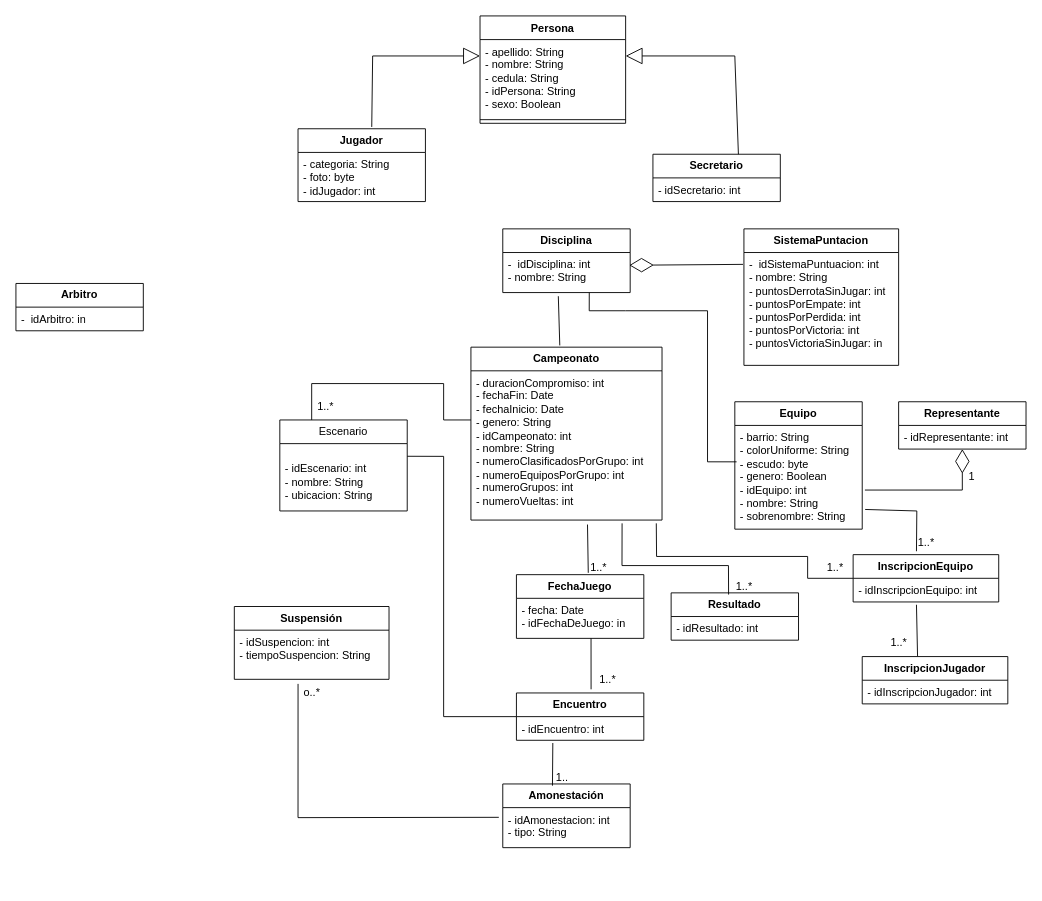
Nikooll/Deportes_POO keeps this draw.io diagram as Deportes_POO.drawio. Above is the earlier version. Source tidied: cells renumbered, new cells numbered last; positions are measured from the earlier drawing's top-left corner, leaving out a move shared by most shapes. Both pictures are drawn from the tidied source at 91%, with x=0, y=0 at pixel (15, 15).
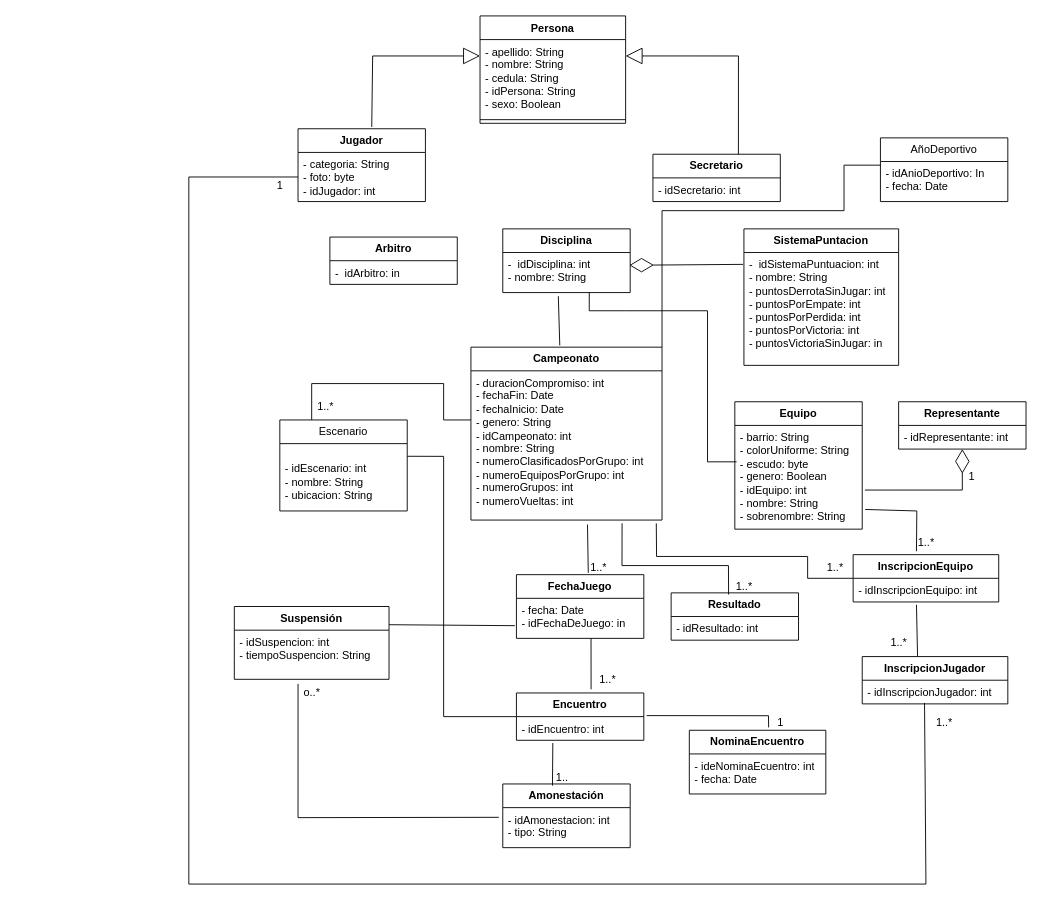
The same page after the edit.

The change refers to these unchanged cells:
```xml
<mxCell id="3" value="&lt;div&gt;- apellido: String&lt;/div&gt;&lt;div&gt;- nombre: String&lt;/div&gt;- cedula: String&lt;br&gt;- idPersona: String&lt;br&gt;- sexo: Boolean" style="text;strokeColor=none;fillColor=none;align=left;verticalAlign=top;spacingLeft=4;spacingRight=4;overflow=hidden;points=[[0,0.5],[1,0.5]];portConstraint=eastwest;whiteSpace=wrap;html=1;" parent="2" vertex="1">
  <mxGeometry y="26" width="160" height="84" as="geometry" />
</mxCell>
<mxCell id="9" value="- categoria: String&lt;br&gt;- foto: byte&lt;br&gt;- idJugador: int" style="text;strokeColor=none;fillColor=none;align=left;verticalAlign=top;spacingLeft=4;spacingRight=4;overflow=hidden;points=[[0,0.5],[1,0.5]];portConstraint=eastwest;whiteSpace=wrap;html=1;" parent="8" vertex="1">
  <mxGeometry y="26" width="140" height="54" as="geometry" />
</mxCell>
<mxCell id="10" value="&lt;b&gt;Secretario&lt;/b&gt;" style="swimlane;fontStyle=0;horizontal=1;startSize=26;fillColor=none;whiteSpace=wrap;html=1;" parent="1" vertex="1">
  <mxGeometry x="700" y="152" width="140" height="52" as="geometry" />
</mxCell>
<mxCell id="28" value="- fecha: Date&lt;b&gt;&lt;br&gt;&lt;/b&gt;- idFechaDeJuego: in" style="text;strokeColor=none;fillColor=none;align=left;verticalAlign=top;spacingLeft=4;spacingRight=4;overflow=hidden;points=[[0,0.5],[1,0.5]];portConstraint=eastwest;whiteSpace=wrap;html=1;" parent="27" vertex="1">
  <mxGeometry y="26" width="140" height="44" as="geometry" />
</mxCell>
<mxCell id="43" value="- idInscripcionJugador: int" style="text;strokeColor=none;fillColor=none;align=left;verticalAlign=top;spacingLeft=4;spacingRight=4;overflow=hidden;points=[[0,0.5],[1,0.5]];portConstraint=eastwest;whiteSpace=wrap;html=1;" parent="42" vertex="1">
  <mxGeometry y="26" width="160" height="26" as="geometry" />
</mxCell>
<mxCell id="47" value="- idEncuentro: int" style="text;strokeColor=none;fillColor=none;align=left;verticalAlign=top;spacingLeft=4;spacingRight=4;overflow=hidden;points=[[0,0.5],[1,0.5]];portConstraint=eastwest;whiteSpace=wrap;html=1;" parent="46" vertex="1">
  <mxGeometry y="26" width="140" height="26" as="geometry" />
</mxCell>
<mxCell id="59" value="&lt;b&gt;Suspensión&lt;/b&gt;" style="swimlane;fontStyle=0;horizontal=1;startSize=26;fillColor=none;whiteSpace=wrap;html=1;" parent="1" vertex="1">
  <mxGeometry x="240" y="649" width="170" height="80" as="geometry" />
</mxCell>
```

Change to the diagram source:
```diff
@@
     <mxCell id="6" value="&lt;b&gt;Arbitro&lt;/b&gt;" style="swimlane;fontStyle=0;horizontal=1;startSize=26;fillColor=none;whiteSpace=wrap;html=1;" parent="1" vertex="1">
-      <mxGeometry y="294" width="140" height="52" as="geometry" />
+      <mxGeometry x="345" y="243" width="140" height="52" as="geometry" />
     </mxCell>
@@
     <mxCell id="12" style="endArrow=block;endSize=16;endFill=0;html=1;rounded=0;exitX=0.671;exitY=0;exitDx=0;exitDy=0;exitPerimeter=0;entryX=1;entryY=0.214;entryDx=0;entryDy=0;entryPerimeter=0;" parent="1" edge="1" source="10" target="3">
       <mxGeometry relative="1" as="geometry">
         <Array as="points">
-          <mxPoint x="790" y="44" />
+          <mxPoint x="794" y="44" />
         </Array>
       </mxGeometry>
     </mxCell>
@@
+    <mxCell id="63" style="endArrow=none;html=1;rounded=0;exitX=1;exitY=0.25;exitDx=0;exitDy=0;entryX=-0.012;entryY=0.683;entryDx=0;entryDy=0;entryPerimeter=0;" parent="1" edge="1" source="59" target="28">
+      <mxGeometry relative="1" as="geometry" />
+    </mxCell>
+    <mxCell id="64" value="&lt;b&gt;NominaEncuentro&lt;/b&gt;" style="swimlane;fontStyle=0;horizontal=1;startSize=26;fillColor=none;whiteSpace=wrap;html=1;" parent="1" vertex="1">
+      <mxGeometry x="740" y="785" width="150" height="70" as="geometry" />
+    </mxCell>
+    <mxCell id="65" value="- ideNominaEcuentro: int&lt;br&gt;- fecha: Date " style="text;strokeColor=none;fillColor=none;align=left;verticalAlign=top;spacingLeft=4;spacingRight=4;overflow=hidden;whiteSpace=wrap;html=1;" parent="64" vertex="1">
+      <mxGeometry y="26" width="150" height="44" as="geometry" />
+    </mxCell>
+    <mxCell id="66" style="endArrow=none;html=1;rounded=0;exitX=1.022;exitY=-0.043;exitDx=0;exitDy=0;exitPerimeter=0;entryX=0.581;entryY=-0.045;entryDx=0;entryDy=0;entryPerimeter=0;" parent="1" edge="1" source="47" target="64">
+      <mxGeometry relative="1" as="geometry">
+        <Array as="points">
+          <mxPoint x="827" y="769" />
+        </Array>
+      </mxGeometry>
+    </mxCell>
+    <mxCell id="67" value="1" style="text;html=1;align=center;verticalAlign=middle;strokeColor=none;fillColor=none;" parent="1" vertex="1">
+      <mxGeometry x="825" y="762" width="30" height="30" as="geometry" />
+    </mxCell>
+    <mxCell id="68" value="AñoDeportivo" style="swimlane;fontStyle=0;horizontal=1;startSize=26;fillColor=none;whiteSpace=wrap;html=1;" parent="1" vertex="1">
+      <mxGeometry x="950" y="134" width="140" height="70" as="geometry" />
+    </mxCell>
+    <mxCell id="69" value="&lt;div&gt;- idAnioDeportivo: In&lt;/div&gt;&lt;div&gt;- fecha: Date&lt;b&gt;&lt;br&gt;&lt;/b&gt;&lt;/div&gt;" style="text;strokeColor=none;fillColor=none;align=left;verticalAlign=top;spacingLeft=4;spacingRight=4;overflow=hidden;points=[[0,0.5],[1,0.5]];portConstraint=eastwest;whiteSpace=wrap;html=1;" parent="68" vertex="1">
+      <mxGeometry y="26" width="140" height="44" as="geometry" />
+    </mxCell>
+    <mxCell id="70" style="endArrow=none;html=1;rounded=0;entryX=0;entryY=0.091;entryDx=0;entryDy=0;entryPerimeter=0;" parent="1" edge="1" target="69">
+      <mxGeometry relative="1" as="geometry">
+        <mxPoint x="710" y="364" as="sourcePoint" />
+        <Array as="points">
+          <mxPoint x="710" y="364" />
+          <mxPoint x="710" y="344" />
+          <mxPoint x="710" y="244" />
+          <mxPoint x="710" y="214" />
+          <mxPoint x="910" y="214" />
+          <mxPoint x="910" y="164" />
+        </Array>
+      </mxGeometry>
+    </mxCell>
+    <mxCell id="71" style="endArrow=none;html=1;rounded=0;exitX=0;exitY=0.5;exitDx=0;exitDy=0;entryX=0.428;entryY=0.962;entryDx=0;entryDy=0;entryPerimeter=0;" parent="1" edge="1" source="9" target="43">
+      <mxGeometry relative="1" as="geometry">
+        <Array as="points">
+          <mxPoint x="190" y="177" />
+          <mxPoint x="190" y="954" />
+          <mxPoint x="1000" y="954" />
+        </Array>
+      </mxGeometry>
+    </mxCell>
+    <mxCell id="72" value="1..*" style="text;html=1;align=center;verticalAlign=middle;strokeColor=none;fillColor=none;" parent="1" vertex="1">
+      <mxGeometry x="1000" y="762" width="40" height="30" as="geometry" />
+    </mxCell>
+    <mxCell id="73" value="1" style="text;html=1;align=center;verticalAlign=middle;strokeColor=none;fillColor=none;" parent="1" vertex="1">
+      <mxGeometry x="275" y="172" width="30" height="30" as="geometry" />
+    </mxCell>
```
